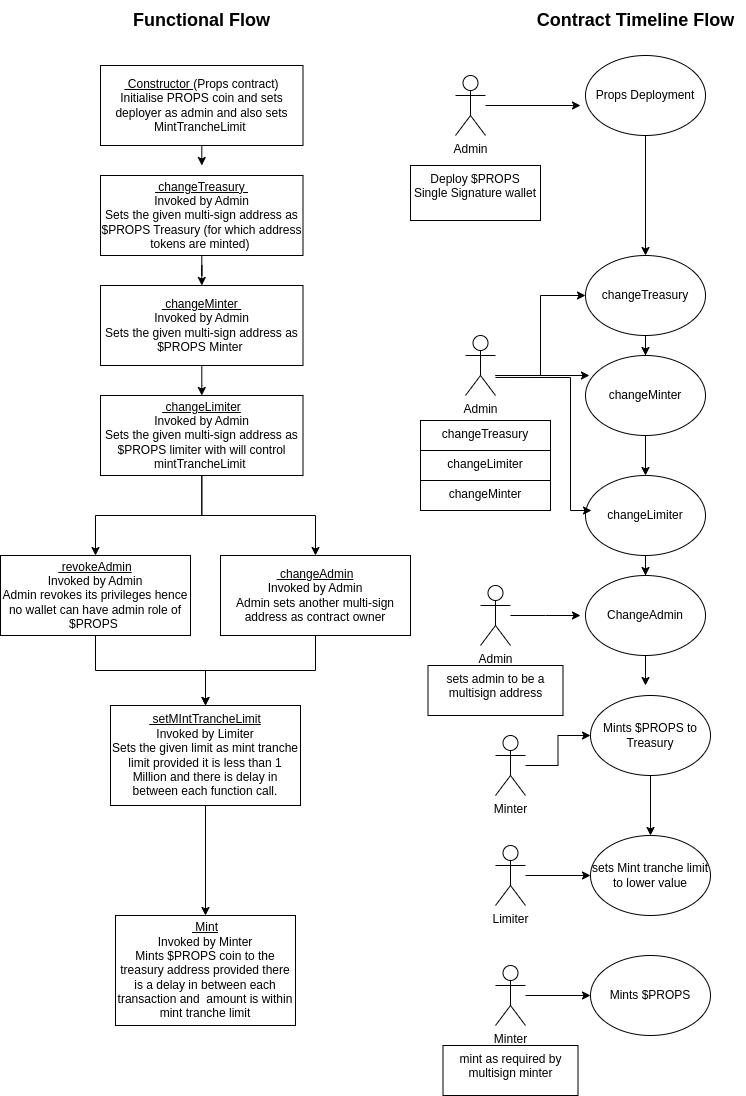
Earlier version of the draw.io export docs/functional_diagram_props.png (Propbase-Application/evm_props). Source tidied: cells renumbered, new cells last; positions are measured from the earlier drawing's top-left corner, leaving out a move shared by most shapes.
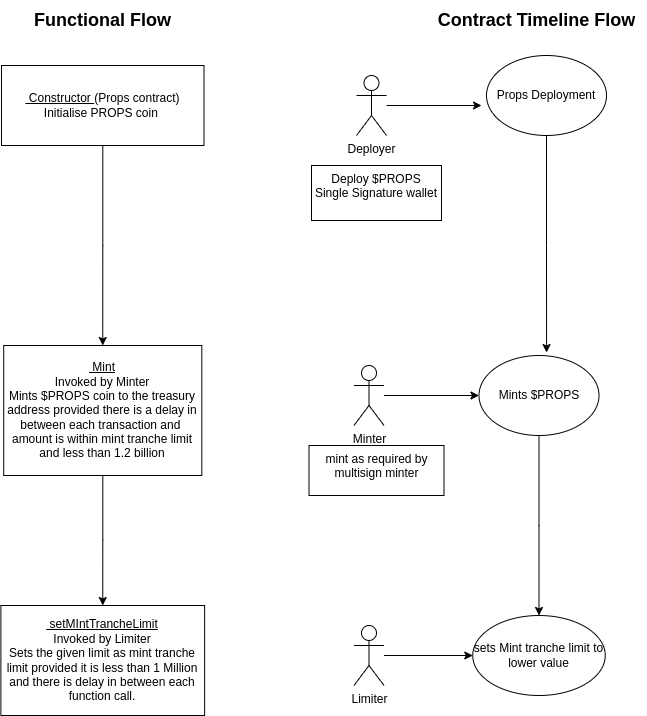
After the change.

What changed in the source:
```diff
@@ -10,7 +10,7 @@
         <mxPoint x="580" y="105" as="targetPoint" />
       </mxGeometry>
     </mxCell>
-    <mxCell id="4" value="Admin" style="shape=umlActor;verticalLabelPosition=bottom;verticalAlign=top;html=1;outlineConnect=0;" parent="1" vertex="1">
+    <mxCell id="4" value="Deployer" style="shape=umlActor;verticalLabelPosition=bottom;verticalAlign=top;html=1;outlineConnect=0;" parent="1" vertex="1">
       <mxGeometry x="455" y="75" width="30" height="60" as="geometry" />
     </mxCell>
     <mxCell id="5" value="Deploy $PROPS&lt;br&gt;Single Signature wallet" style="whiteSpace=wrap;html=1;verticalAlign=top;" parent="1" vertex="1">
@@ -19,169 +19,50 @@
     <mxCell id="6" value="&lt;font style=&quot;font-size: 18px;&quot;&gt;&lt;b style=&quot;&quot;&gt;Contract Timeline Flow&lt;/b&gt;&lt;/font&gt;" style="text;html=1;align=center;verticalAlign=middle;strokeColor=none;fillColor=none;" parent="1" vertex="1">
       <mxGeometry x="525" width="220" height="40" as="geometry" />
     </mxCell>
-    <mxCell id="7" style="edgeStyle=orthogonalEdgeStyle;rounded=0;jettySize=auto;html=1;entryX=0.5;entryY=0;entryDx=0;entryDy=0;" parent="1" edge="1" source="8" target="40">
-      <mxGeometry relative="1" as="geometry" />
-    </mxCell>
     <mxCell id="8" value="Props Deployment" style="ellipse;whiteSpace=wrap;html=1;" parent="1" vertex="1">
       <mxGeometry x="585" y="55" width="120" height="80" as="geometry" />
     </mxCell>
-    <mxCell id="9" style="edgeStyle=orthogonalEdgeStyle;rounded=0;jettySize=auto;html=1;" parent="1" edge="1" source="10">
-      <mxGeometry relative="1" as="geometry">
-        <mxPoint x="201.2" y="165" as="targetPoint" />
-      </mxGeometry>
-    </mxCell>
+    <mxCell id="54" style="edgeStyle=orthogonalEdgeStyle;rounded=0;jettySize=auto;html=1;entryX=0.5;entryY=0;entryDx=0;entryDy=0;" parent="1" edge="1" source="10" target="27">
+      <mxGeometry relative="1" as="geometry" />
+    </mxCell>
-    <mxCell id="10" value="&lt;u&gt;&amp;nbsp;Constructor&amp;nbsp;&lt;/u&gt;(Props contract)&lt;br&gt;&lt;div&gt;Initialise PROPS coin and sets deployer as admin and also sets MintTrancheLimit&amp;nbsp;&lt;br&gt;&lt;/div&gt;" style="rounded=0;whiteSpace=wrap;html=1;" parent="1" vertex="1">
+    <mxCell id="10" value="&lt;u&gt;&amp;nbsp;Constructor&amp;nbsp;&lt;/u&gt;(Props contract)&lt;br&gt;&lt;div&gt;Initialise PROPS coin&amp;nbsp;&lt;br&gt;&lt;/div&gt;" style="rounded=0;whiteSpace=wrap;html=1;" parent="1" vertex="1">
       <mxGeometry x="100" y="65" width="202.5" height="80" as="geometry" />
     </mxCell>
-    <mxCell id="11" style="edgeStyle=orthogonalEdgeStyle;rounded=0;jettySize=auto;html=1;entryX=0.5;entryY=0;entryDx=0;entryDy=0;" parent="1" edge="1" source="12" target="15">
-      <mxGeometry relative="1" as="geometry" />
-    </mxCell>
-    <mxCell id="12" value="&lt;u&gt;&amp;nbsp;changeMinter&amp;nbsp;&lt;/u&gt;&lt;div&gt;Invoked by Admin&lt;br&gt;&lt;div&gt;Sets the given multi-sign address as $PROPS Minter&amp;nbsp;&lt;/div&gt;&lt;/div&gt;" style="rounded=0;whiteSpace=wrap;html=1;" parent="1" vertex="1">
-      <mxGeometry x="100" y="285" width="202.5" height="80" as="geometry" />
-    </mxCell>
-    <mxCell id="13" style="edgeStyle=orthogonalEdgeStyle;rounded=0;jettySize=auto;html=1;entryX=0.5;entryY=0;entryDx=0;entryDy=0;" parent="1" edge="1" source="15" target="21">
-      <mxGeometry relative="1" as="geometry" />
-    </mxCell>
-    <mxCell id="14" style="edgeStyle=orthogonalEdgeStyle;rounded=0;jettySize=auto;html=1;" parent="1" edge="1" source="15" target="23">
-      <mxGeometry relative="1" as="geometry" />
-    </mxCell>
-    <mxCell id="15" value="&lt;u&gt;&amp;nbsp;changeLimiter&lt;/u&gt;&lt;div&gt;Invoked by Admin&lt;br&gt;&lt;div&gt;Sets the given multi-sign address as $PROPS limiter with will control mintTrancheLimit&amp;nbsp;&lt;/div&gt;&lt;/div&gt;" style="rounded=0;whiteSpace=wrap;html=1;" parent="1" vertex="1">
-      <mxGeometry x="100" y="395" width="202.5" height="80" as="geometry" />
-    </mxCell>
-    <mxCell id="16" style="edgeStyle=orthogonalEdgeStyle;rounded=0;jettySize=auto;html=1;entryX=0;entryY=0.5;entryDx=0;entryDy=0;" parent="1" edge="1" source="17" target="40">
-      <mxGeometry relative="1" as="geometry">
-        <Array as="points">
-          <mxPoint x="540" y="375" />
-          <mxPoint x="540" y="295" />
-        </Array>
-      </mxGeometry>
-    </mxCell>
-    <mxCell id="17" value="Admin" style="shape=umlActor;verticalLabelPosition=bottom;verticalAlign=top;html=1;outlineConnect=0;" parent="1" vertex="1">
-      <mxGeometry x="465" y="335" width="30" height="60" as="geometry" />
-    </mxCell>
-    <mxCell id="18" value="changeMinter&lt;span style=&quot;color: rgba(0, 0, 0, 0); font-family: monospace; font-size: 0px; text-align: start; text-wrap: nowrap;&quot;&gt;%3CmxGraphModel%3E%3Croot%3E%3CmxCell%20id%3D%220%22%2F%3E%3CmxCell%20id%3D%221%22%20parent%3D%220%22%2F%3E%3CmxCell%20id%3D%222%22%20style%3D%22edgeStyle%3DorthogonalEdgeStyle%3Brounded%3D0%3BorthogonalLoop%3D1%3BjettySize%3Dauto%3Bhtml%3D1%3B%22%20edge%3D%221%22%20source%3D%223%22%20parent%3D%221%22%3E%3CmxGeometry%20relative%3D%221%22%20as%3D%22geometry%22%3E%3CmxPoint%20x%3D%22655%22%20y%3D%22180%22%20as%3D%22targetPoint%22%2F%3E%3C%2FmxGeometry%3E%3C%2FmxCell%3E%3CmxCell%20id%3D%223%22%20value%3D%22Admin%22%20style%3D%22shape%3DumlActor%3BverticalLabelPosition%3Dbottom%3BverticalAlign%3Dtop%3Bhtml%3D1%3BoutlineConnect%3D0%3B%22%20vertex%3D%221%22%20parent%3D%221%22%3E%3CmxGeometry%20x%3D%22505%22%20y%3D%22150%22%20width%3D%2230%22%20height%3D%2260%22%20as%3D%22geometry%22%2F%3E%3C%2FmxCell%3E%3CmxCell%20id%3D%224%22%20value%3D%22Deploy%20%24PROPS%26lt%3Bbr%26gt%3BSingle%20Signature%20wallet%22%20style%3D%22whiteSpace%3Dwrap%3Bhtml%3D1%3BverticalAlign%3Dtop%3B%22%20vertex%3D%221%22%20parent%3D%221%22%3E%3CmxGeometry%20x%3D%22460%22%20y%3D%22235%22%20width%3D%22130%22%20height%3D%2255%22%20as%3D%22geometry%22%2F%3E%3C%2FmxCell%3E%3C%2Froot%3E%3C%2FmxGraphModel%3E&lt;/span&gt;" style="whiteSpace=wrap;html=1;verticalAlign=top;" parent="1" vertex="1">
-      <mxGeometry x="420" y="480" width="130" height="30" as="geometry" />
-    </mxCell>
-    <mxCell id="19" value="changeLimiter" style="whiteSpace=wrap;html=1;verticalAlign=top;" parent="1" vertex="1">
-      <mxGeometry x="420" y="450" width="130" height="30" as="geometry" />
-    </mxCell>
-    <mxCell id="20" style="edgeStyle=orthogonalEdgeStyle;rounded=0;jettySize=auto;html=1;entryX=0.5;entryY=0;entryDx=0;entryDy=0;" parent="1" edge="1" source="21" target="25">
-      <mxGeometry relative="1" as="geometry" />
-    </mxCell>
-    <mxCell id="21" value="&lt;u&gt;&amp;nbsp;revokeAdmin&lt;/u&gt;&lt;div&gt;Invoked by Admin&lt;br&gt;&lt;div&gt;Admin revokes its privileges hence no wallet can have admin role of $PROPS&amp;nbsp;&lt;/div&gt;&lt;/div&gt;" style="rounded=0;whiteSpace=wrap;html=1;" parent="1" vertex="1">
-      <mxGeometry y="555" width="190" height="80" as="geometry" />
-    </mxCell>
-    <mxCell id="22" style="edgeStyle=orthogonalEdgeStyle;rounded=0;jettySize=auto;html=1;entryX=0.5;entryY=0;entryDx=0;entryDy=0;" parent="1" edge="1" source="23" target="25">
-      <mxGeometry relative="1" as="geometry" />
-    </mxCell>
-    <mxCell id="23" value="&lt;u&gt;&amp;nbsp;changeAdmin&lt;/u&gt;&lt;div&gt;Invoked by Admin&lt;br&gt;&lt;div&gt;Admin sets another multi-sign address as contract owner&lt;/div&gt;&lt;/div&gt;" style="rounded=0;whiteSpace=wrap;html=1;" parent="1" vertex="1">
-      <mxGeometry x="220" y="555" width="190" height="80" as="geometry" />
-    </mxCell>
-    <mxCell id="24" style="edgeStyle=orthogonalEdgeStyle;rounded=0;jettySize=auto;html=1;entryX=0.5;entryY=0;entryDx=0;entryDy=0;" parent="1" edge="1" source="25" target="27">
-      <mxGeometry relative="1" as="geometry" />
-    </mxCell>
-    <mxCell id="25" value="&lt;u&gt;&amp;nbsp;setMIntTrancheLimit&lt;/u&gt;&lt;div&gt;Invoked by Limiter&lt;br&gt;&lt;div&gt;Sets the given limit as mint tranche limit provided it is less than 1 Million and there is delay in between each function call.&lt;/div&gt;&lt;/div&gt;" style="rounded=0;whiteSpace=wrap;html=1;" parent="1" vertex="1">
-      <mxGeometry x="110" y="705" width="190" height="100" as="geometry" />
-    </mxCell>
     <mxCell id="26" value="sets Mint tranche limit to lower value" style="ellipse;whiteSpace=wrap;html=1;" parent="1" vertex="1">
-      <mxGeometry x="590" y="835" width="120" height="80" as="geometry" />
+      <mxGeometry x="571.2" y="615" width="132.5" height="80" as="geometry" />
     </mxCell>
+    <mxCell id="55" style="edgeStyle=orthogonalEdgeStyle;rounded=0;jettySize=auto;html=1;entryX=0.5;entryY=0;entryDx=0;entryDy=0;" parent="1" edge="1" source="27" target="25">
+      <mxGeometry relative="1" as="geometry" />
+    </mxCell>
-    <mxCell id="27" value="&lt;u&gt;&amp;nbsp;Mint&lt;/u&gt;&lt;div&gt;Invoked by Minter&lt;br&gt;&lt;div&gt;Mints $PROPS coin to the treasury address provided there is a delay in between each transaction and&amp;nbsp; amount is within mint tranche limit&lt;/div&gt;&lt;/div&gt;" style="rounded=0;whiteSpace=wrap;html=1;" parent="1" vertex="1">
-      <mxGeometry x="115" y="915" width="180" height="110" as="geometry" />
+    <mxCell id="27" value="&lt;u&gt;&amp;nbsp;Mint&lt;/u&gt;&lt;div&gt;Invoked by Minter&lt;br&gt;&lt;div&gt;Mints $PROPS coin to the treasury address provided there is a delay in between each transaction and&amp;nbsp; amount is within mint tranche limit and less than 1.2 billion&lt;/div&gt;&lt;/div&gt;" style="rounded=0;whiteSpace=wrap;html=1;" parent="1" vertex="1">
+      <mxGeometry x="102.2" y="345" width="198.1" height="130" as="geometry" />
     </mxCell>
     <mxCell id="28" style="edgeStyle=orthogonalEdgeStyle;rounded=0;jettySize=auto;html=1;entryX=0;entryY=0.5;entryDx=0;entryDy=0;" parent="1" edge="1" source="29" target="26">
       <mxGeometry relative="1" as="geometry" />
     </mxCell>
     <mxCell id="29" value="Limiter" style="shape=umlActor;verticalLabelPosition=bottom;verticalAlign=top;html=1;outlineConnect=0;" parent="1" vertex="1">
-      <mxGeometry x="495" y="845" width="30" height="60" as="geometry" />
+      <mxGeometry x="452.5" y="625" width="30" height="60" as="geometry" />
     </mxCell>
-    <mxCell id="30" style="edgeStyle=orthogonalEdgeStyle;rounded=0;jettySize=auto;html=1;entryX=0;entryY=0.5;entryDx=0;entryDy=0;" parent="1" edge="1" source="31" target="36">
-      <mxGeometry relative="1" as="geometry" />
-    </mxCell>
-    <mxCell id="31" value="Minter" style="shape=umlActor;verticalLabelPosition=bottom;verticalAlign=top;html=1;outlineConnect=0;" parent="1" vertex="1">
-      <mxGeometry x="495" y="735" width="30" height="60" as="geometry" />
-    </mxCell>
-    <mxCell id="32" value="changeTreasury&lt;span style=&quot;color: rgba(0, 0, 0, 0); font-family: monospace; font-size: 0px; text-align: start; text-wrap: nowrap;&quot;&gt;%3CmxGraphModel%3E%3Croot%3E%3CmxCell%20id%3D%220%22%2F%3E%3CmxCell%20id%3D%221%22%20parent%3D%220%22%2F%3E%3CmxCell%20id%3D%222%22%20style%3D%22edgeStyle%3DorthogonalEdgeStyle%3Brounded%3D0%3BorthogonalLoop%3D1%3BjettySize%3Dauto%3Bhtml%3D1%3B%22%20edge%3D%221%22%20source%3D%223%22%20parent%3D%221%22%3E%3CmxGeometry%20relative%3D%221%22%20as%3D%22geometry%22%3E%3CmxPoint%20x%3D%22655%22%20y%3D%22180%22%20as%3D%22targetPoint%22%2F%3E%3C%2FmxGeometry%3E%3C%2FmxCell%3E%3CmxCell%20id%3D%223%22%20value%3D%22Admin%22%20style%3D%22shape%3DumlActor%3BverticalLabelPosition%3Dbottom%3BverticalAlign%3Dtop%3Bhtml%3D1%3BoutlineConnect%3D0%3B%22%20vertex%3D%221%22%20parent%3D%221%22%3E%3CmxGeometry%20x%3D%22505%22%20y%3D%22150%22%20width%3D%2230%22%20height%3D%2260%22%20as%3D%22geometry%22%2F%3E%3C%2FmxCell%3E%3CmxCell%20id%3D%224%22%20value%3D%22Deploy%20%24PROPS%26lt%3Bbr%26gt%3BSingle%20Signature%20wallet%22%20style%3D%22whiteSpace%3Dwrap%3Bhtml%3D1%3BverticalAlign%3Dtop%3B%22%20vertex%3D%221%22%20parent%3D%221%22%3E%3CmxGeometry%20x%3D%22460%22%20y%3D%22235%22%20width%3D%22130%22%20height%3D%2255%22%20as%3D%22geometry%22%2F%3E%3C%2FmxCell%3E%3C%2Froot%3E%3C%2FmxGraphModel%&lt;/span&gt;" style="whiteSpace=wrap;html=1;verticalAlign=top;" parent="1" vertex="1">
-      <mxGeometry x="420" y="420" width="130" height="30" as="geometry" />
-    </mxCell>
-    <mxCell id="33" style="edgeStyle=orthogonalEdgeStyle;rounded=0;jettySize=auto;html=1;" parent="1" edge="1" source="34" target="12">
-      <mxGeometry relative="1" as="geometry" />
-    </mxCell>
-    <mxCell id="34" value="&lt;u&gt;&amp;nbsp;changeTreasury&amp;nbsp;&lt;/u&gt;&lt;div&gt;Invoked by Admin&lt;br&gt;&lt;div&gt;Sets the given multi-sign address as $PROPS Treasury (for which address tokens are minted)&amp;nbsp;&lt;/div&gt;&lt;/div&gt;" style="rounded=0;whiteSpace=wrap;html=1;" parent="1" vertex="1">
-      <mxGeometry x="100" y="175" width="202.5" height="80" as="geometry" />
-    </mxCell>
-    <mxCell id="35" style="edgeStyle=orthogonalEdgeStyle;rounded=0;jettySize=auto;html=1;" parent="1" edge="1" source="36" target="26">
-      <mxGeometry relative="1" as="geometry" />
-    </mxCell>
-    <mxCell id="36" value="Mints $PROPS to Treasury" style="ellipse;whiteSpace=wrap;html=1;" parent="1" vertex="1">
-      <mxGeometry x="590" y="695" width="120" height="80" as="geometry" />
-    </mxCell>
-    <mxCell id="37" style="edgeStyle=orthogonalEdgeStyle;rounded=0;jettySize=auto;html=1;" parent="1" edge="1" source="38" target="48">
-      <mxGeometry relative="1" as="geometry" />
-    </mxCell>
-    <mxCell id="38" value="changeLimiter" style="ellipse;whiteSpace=wrap;html=1;" parent="1" vertex="1">
-      <mxGeometry x="585" y="475" width="120" height="80" as="geometry" />
-    </mxCell>
-    <mxCell id="39" style="edgeStyle=orthogonalEdgeStyle;rounded=0;jettySize=auto;html=1;" parent="1" edge="1" source="40" target="42">
-      <mxGeometry relative="1" as="geometry" />
-    </mxCell>
-    <mxCell id="40" value="changeTreasury&lt;span style=&quot;color: rgba(0, 0, 0, 0); font-family: monospace; font-size: 0px; text-align: start;&quot;&gt;%3CmxGraphModel%3E%3Croot%3E%3CmxCell%20id%3D%220%22%2F%3E%3CmxCell%20id%3D%221%22%20parent%3D%220%22%2F%3E%3CmxCell%20id%3D%222%22%20style%3D%22edgeStyle%3DorthogonalEdgeStyle%3Brounded%3D0%3BorthogonalLoop%3D1%3BjettySize%3Dauto%3Bhtml%3D1%3B%22%20edge%3D%221%22%20source%3D%223%22%20parent%3D%221%22%3E%3CmxGeometry%20relative%3D%221%22%20as%3D%22geometry%22%3E%3CmxPoint%20x%3D%22655%22%20y%3D%22180%22%20as%3D%22targetPoint%22%2F%3E%3C%2FmxGeometry%3E%3C%2FmxCell%3E%3CmxCell%20id%3D%223%22%20value%3D%22Admin%22%20style%3D%22shape%3DumlActor%3BverticalLabelPosition%3Dbottom%3BverticalAlign%3Dtop%3Bhtml%3D1%3BoutlineConnect%3D0%3B%22%20vertex%3D%221%22%20parent%3D%221%22%3E%3CmxGeometry%20x%3D%22505%22%20y%3D%22150%22%20width%3D%2230%22%20height%3D%2260%22%20as%3D%22geometry%22%2F%3E%3C%2FmxCell%3E%3CmxCell%20id%3D%224%22%20value%3D%22Deploy%20%24PROPS%26lt%3Bbr%26gt%3BSingle%20Signature%20wallet%22%20style%3D%22whiteSpace%3Dwrap%3Bhtml%3D1%3BverticalAlign%3Dtop%3B%22%20vertex%3D%221%22%20parent%3D%221%22%3E%3CmxGeometry%20x%3D%22460%22%20y%3D%22235%22%20width%3D%22130%22%20height%3D%2255%22%20as%3D%22geometry%22%2F%3E%3C%2FmxCell%3E%3C%2Froot%3E%3C%2FmxGraphModel%&lt;/span&gt;" style="ellipse;whiteSpace=wrap;html=1;" parent="1" vertex="1">
-      <mxGeometry x="585" y="255" width="120" height="80" as="geometry" />
-    </mxCell>
-    <mxCell id="41" style="edgeStyle=orthogonalEdgeStyle;rounded=0;jettySize=auto;html=1;entryX=0.5;entryY=0;entryDx=0;entryDy=0;" parent="1" edge="1" source="42" target="38">
-      <mxGeometry relative="1" as="geometry" />
-    </mxCell>
-    <mxCell id="42" value="changeMinter" style="ellipse;whiteSpace=wrap;html=1;" parent="1" vertex="1">
-      <mxGeometry x="585" y="355" width="120" height="80" as="geometry" />
-    </mxCell>
     <mxCell id="43" style="edgeStyle=orthogonalEdgeStyle;rounded=0;jettySize=auto;html=1;entryX=0;entryY=0.5;entryDx=0;entryDy=0;" parent="1" edge="1" source="44" target="46">
       <mxGeometry relative="1" as="geometry" />
     </mxCell>
     <mxCell id="44" value="Minter" style="shape=umlActor;verticalLabelPosition=bottom;verticalAlign=top;html=1;outlineConnect=0;" parent="1" vertex="1">
-      <mxGeometry x="495" y="965" width="30" height="60" as="geometry" />
+      <mxGeometry x="452.5" y="365" width="30" height="60" as="geometry" />
     </mxCell>
     <mxCell id="45" value="mint as required by multisign minter" style="whiteSpace=wrap;html=1;verticalAlign=top;" parent="1" vertex="1">
-      <mxGeometry x="442.5" y="1045" width="135" height="50" as="geometry" />
+      <mxGeometry x="407.5" y="445" width="135" height="50" as="geometry" />
     </mxCell>
+    <mxCell id="56" style="edgeStyle=orthogonalEdgeStyle;rounded=0;jettySize=auto;html=1;" parent="1" edge="1" source="46" target="26">
+      <mxGeometry relative="1" as="geometry" />
+    </mxCell>
     <mxCell id="46" value="Mints $PROPS" style="ellipse;whiteSpace=wrap;html=1;" parent="1" vertex="1">
-      <mxGeometry x="590" y="955" width="120" height="80" as="geometry" />
+      <mxGeometry x="577.5" y="355" width="120" height="80" as="geometry" />
     </mxCell>
-    <mxCell id="47" style="edgeStyle=orthogonalEdgeStyle;rounded=0;jettySize=auto;html=1;" parent="1" edge="1" source="48">
-      <mxGeometry relative="1" as="geometry">
-        <mxPoint x="645" y="685" as="targetPoint" />
-      </mxGeometry>
-    </mxCell>
-    <mxCell id="48" value="ChangeAdmin" style="ellipse;whiteSpace=wrap;html=1;" parent="1" vertex="1">
-      <mxGeometry x="585" y="575" width="120" height="80" as="geometry" />
-    </mxCell>
-    <mxCell id="49" style="edgeStyle=orthogonalEdgeStyle;rounded=0;jettySize=auto;html=1;" parent="1" edge="1" source="50">
-      <mxGeometry relative="1" as="geometry">
-        <mxPoint x="580" y="615" as="targetPoint" />
-      </mxGeometry>
-    </mxCell>
-    <mxCell id="50" value="Admin" style="shape=umlActor;verticalLabelPosition=bottom;verticalAlign=top;html=1;outlineConnect=0;" parent="1" vertex="1">
-      <mxGeometry x="480" y="585" width="30" height="60" as="geometry" />
-    </mxCell>
-    <mxCell id="51" value="sets admin to be a multisign address" style="whiteSpace=wrap;html=1;verticalAlign=top;" parent="1" vertex="1">
-      <mxGeometry x="427.5" y="665" width="135" height="50" as="geometry" />
-    </mxCell>
-    <mxCell id="52" style="edgeStyle=orthogonalEdgeStyle;rounded=0;orthogonalLoop=1;jettySize=auto;html=1;entryX=0.05;entryY=0.288;entryDx=0;entryDy=0;entryPerimeter=0;" parent="1" edge="1">
-      <mxGeometry relative="1" as="geometry">
-        <mxPoint x="495" y="377" as="sourcePoint" />
-        <mxPoint x="591" y="510" as="targetPoint" />
-        <Array as="points">
-          <mxPoint x="570" y="377" />
-          <mxPoint x="570" y="510" />
-        </Array>
-      </mxGeometry>
-    </mxCell>
-    <mxCell id="53" style="edgeStyle=orthogonalEdgeStyle;rounded=0;jettySize=auto;html=1;entryX=0.033;entryY=0.25;entryDx=0;entryDy=0;entryPerimeter=0;" parent="1" edge="1" source="17" target="42">
-      <mxGeometry relative="1" as="geometry">
-        <Array as="points">
-          <mxPoint x="530" y="375" />
-          <mxPoint x="530" y="375" />
-        </Array>
-      </mxGeometry>
-    </mxCell>
+    <mxCell id="25" value="&lt;u&gt;&amp;nbsp;setMIntTrancheLimit&lt;/u&gt;&lt;div&gt;Invoked by Limiter&lt;br&gt;&lt;div&gt;Sets the given limit as mint tranche limit provided it is less than 1 Million and there is delay in between each function call.&lt;/div&gt;&lt;/div&gt;" style="rounded=0;whiteSpace=wrap;html=1;" parent="1" vertex="1">
+      <mxGeometry x="99.4" y="605" width="203.8" height="110" as="geometry" />
+    </mxCell>
+    <mxCell id="57" style="edgeStyle=orthogonalEdgeStyle;rounded=0;jettySize=auto;html=1;entryX=0.563;entryY=-0.037;entryDx=0;entryDy=0;entryPerimeter=0;" parent="1" edge="1" source="8" target="46">
+      <mxGeometry relative="1" as="geometry" />
+    </mxCell>
   </root>
 </mxGraphModel>
```
